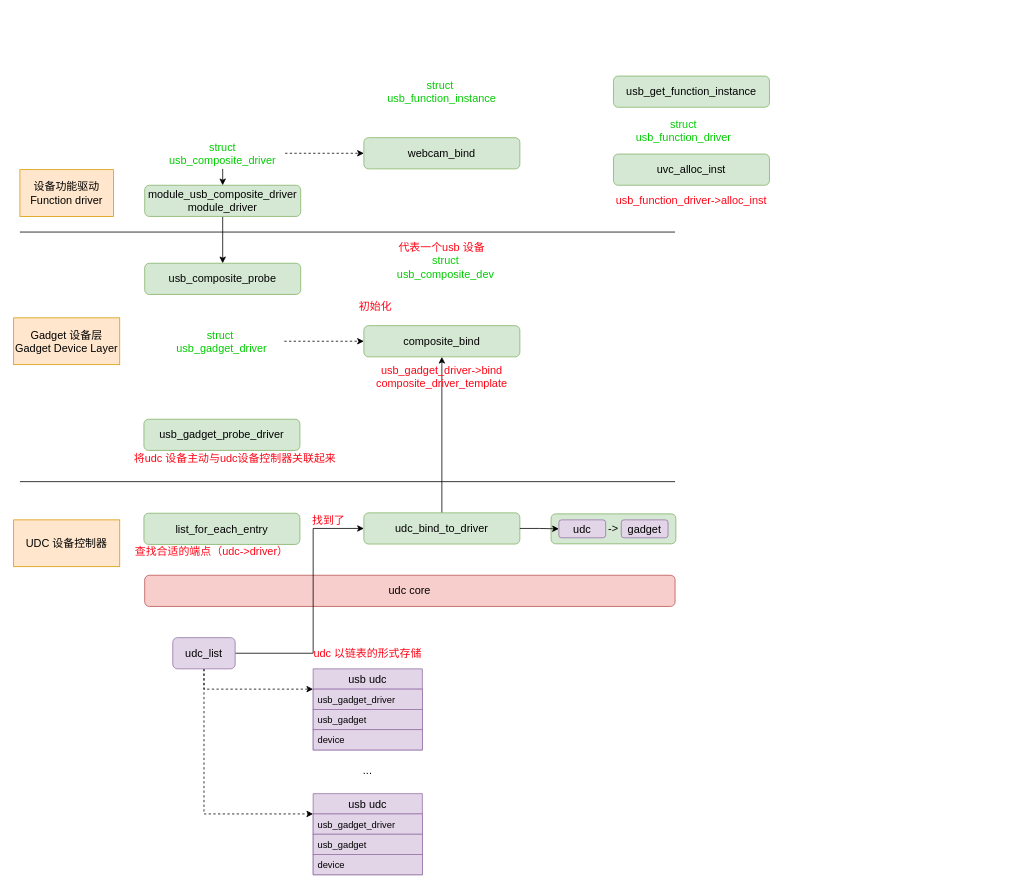
This is USB gadget 驱动框架2.drawio from Vinson-001/Blog-flow-chart, a draw.io file, before an edit. Source tidied: cells renumbered, new cells numbered last; positions are measured from the earlier drawing's top-left corner, leaving out a move shared by most shapes. Both pictures are drawn from the tidied source at 78%, with x=0, y=0 at pixel (13, 76).
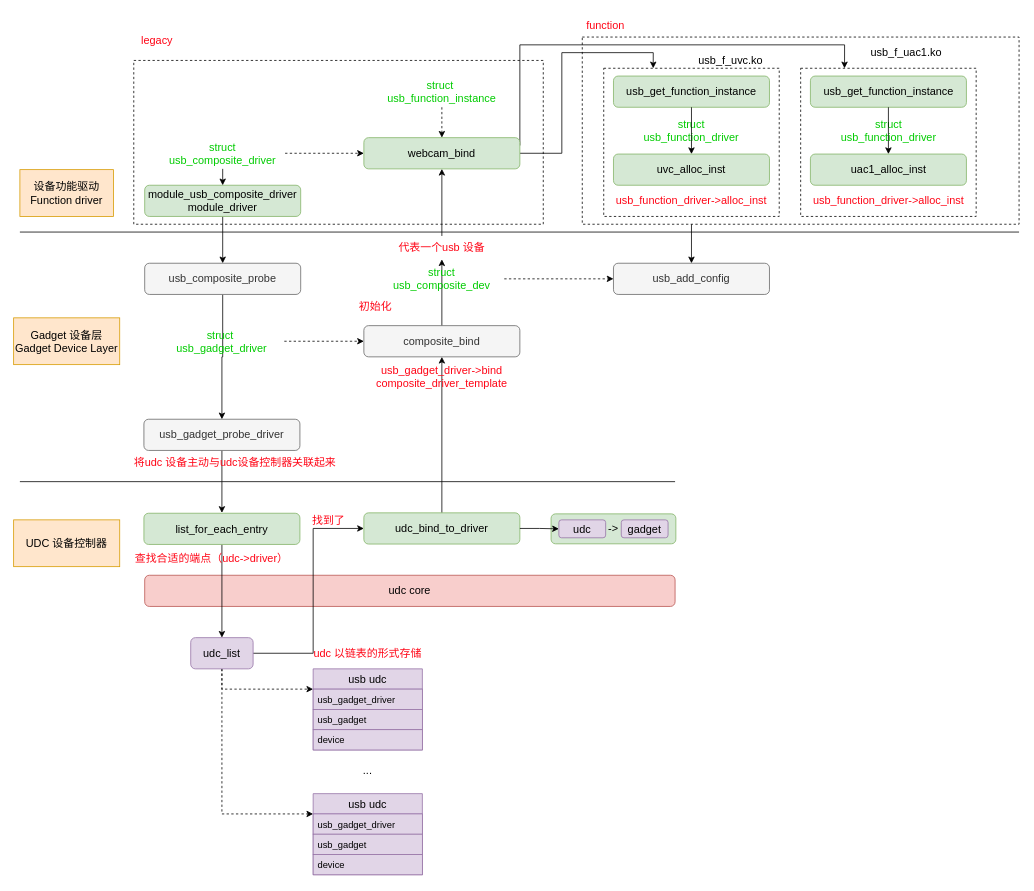
The same page after the edit.

Commit message:
更新USB gadget 驱动框架2.drawio

Unchanged cells that the change refers to:
```xml
<mxCell id="15" value="&lt;font&gt;&lt;span style=&quot;font-size: 14px&quot;&gt;list_for_each_entry&lt;/span&gt;&lt;br&gt;&lt;/font&gt;" style="rounded=1;whiteSpace=wrap;html=1;fillColor=#d5e8d4;strokeColor=#82b366;" parent="1" vertex="1">
  <mxGeometry x="167" y="560.5" width="200" height="40" as="geometry" />
</mxCell>
<mxCell id="42" value="&lt;font color=&quot;#ff0516&quot;&gt;代表一个usb 设备&lt;br&gt;&lt;/font&gt;" style="text;html=1;strokeColor=none;fillColor=none;align=center;verticalAlign=middle;whiteSpace=wrap;rounded=0;fontSize=14;" parent="1" vertex="1">
  <mxGeometry x="484" y="205" width="130" height="30" as="geometry" />
</mxCell>
<mxCell id="48" value="&lt;font&gt;&lt;span style=&quot;font-size: 14px&quot;&gt;webcam_bind&lt;/span&gt;&lt;br&gt;&lt;/font&gt;" style="rounded=1;whiteSpace=wrap;html=1;fillColor=#d5e8d4;strokeColor=#82b366;" parent="1" vertex="1">
  <mxGeometry x="449" y="79" width="200" height="40" as="geometry" />
</mxCell>
```

The edit, as a diff of the source:
```diff
@@
+    <mxCell id="54" style="rounded=0;whiteSpace=wrap;html=1;fontSize=14;fillColor=none;dashed=1;" parent="1" vertex="1">
+      <mxGeometry x="154" y="-20" width="525" height="210" as="geometry" />
+    </mxCell>
+    <mxCell id="55" style="edgeStyle=orthogonalEdgeStyle;rounded=0;jettySize=auto;html=1;exitX=0.25;exitY=1;exitDx=0;exitDy=0;entryX=0.5;entryY=0;entryDx=0;entryDy=0;fontSize=14;" parent="1" edge="1" source="56" target="68">
+      <mxGeometry relative="1" as="geometry" />
+    </mxCell>
+    <mxCell id="56" style="rounded=0;whiteSpace=wrap;html=1;dashed=1;fontSize=14;fillColor=none;" parent="1" vertex="1">
+      <mxGeometry x="729" y="-50" width="560" height="240" as="geometry" />
+    </mxCell>
@@
+    <mxCell id="57" style="edgeStyle=orthogonalEdgeStyle;rounded=0;jettySize=auto;html=1;exitX=0.5;exitY=1;exitDx=0;exitDy=0;fontSize=14;" parent="1" edge="1" source="10" target="13">
+      <mxGeometry relative="1" as="geometry" />
+    </mxCell>
-    <mxCell id="10" value="&lt;font&gt;&lt;span style=&quot;font-size: 14px&quot;&gt;usb_composite_probe&lt;/span&gt;&lt;br&gt;&lt;/font&gt;" style="rounded=1;whiteSpace=wrap;html=1;fillColor=#d5e8d4;strokeColor=#82b366;" parent="1" vertex="1">
+    <mxCell id="10" value="&lt;font&gt;&lt;span style=&quot;font-size: 14px&quot;&gt;usb_composite_probe&lt;/span&gt;&lt;br&gt;&lt;/font&gt;" style="rounded=1;whiteSpace=wrap;html=1;fillColor=#f5f5f5;strokeColor=#666666;fontColor=#333333;" parent="1" vertex="1">
       <mxGeometry x="168" y="240" width="200" height="40" as="geometry" />
     </mxCell>
@@
+    <mxCell id="58" style="edgeStyle=orthogonalEdgeStyle;rounded=0;jettySize=auto;html=1;exitX=0.5;exitY=1;exitDx=0;exitDy=0;fontSize=14;" parent="1" edge="1" source="13">
+      <mxGeometry relative="1" as="geometry">
+        <mxPoint x="267" y="560" as="targetPoint" />
+      </mxGeometry>
+    </mxCell>
-    <mxCell id="13" value="&lt;font&gt;&lt;span style=&quot;font-size: 14px&quot;&gt;usb_gadget_probe_driver&lt;/span&gt;&lt;br&gt;&lt;/font&gt;" style="rounded=1;whiteSpace=wrap;html=1;fillColor=#d5e8d4;strokeColor=#82b366;" parent="1" vertex="1">
+    <mxCell id="13" value="&lt;font&gt;&lt;span style=&quot;font-size: 14px&quot;&gt;usb_gadget_probe_driver&lt;/span&gt;&lt;br&gt;&lt;/font&gt;" style="rounded=1;whiteSpace=wrap;html=1;fillColor=#f5f5f5;strokeColor=#666666;fontColor=#333333;" parent="1" vertex="1">
       <mxGeometry x="167" y="440" width="200" height="40" as="geometry" />
     </mxCell>
     <mxCell id="14" value="&lt;font color=&quot;#ff0516&quot;&gt;将udc 设备主动与udc设备控制器关联起来&lt;/font&gt;" style="text;html=1;strokeColor=none;fillColor=none;align=center;verticalAlign=middle;whiteSpace=wrap;rounded=0;fontSize=14;" parent="1" vertex="1">
-      <mxGeometry x="144" y="480" width="280" height="20" as="geometry" />
+      <mxGeometry x="144" y="485" width="280" height="20" as="geometry" />
     </mxCell>
+    <mxCell id="59" style="edgeStyle=orthogonalEdgeStyle;rounded=0;jettySize=auto;html=1;exitX=0.5;exitY=1;exitDx=0;exitDy=0;fontSize=14;" parent="1" edge="1" source="15" target="19">
+      <mxGeometry relative="1" as="geometry" />
+    </mxCell>
@@
     <mxCell id="19" value="&lt;font&gt;&lt;span style=&quot;font-size: 14px&quot;&gt;udc_list&lt;/span&gt;&lt;br&gt;&lt;/font&gt;" style="rounded=1;whiteSpace=wrap;html=1;fillColor=#e1d5e7;strokeColor=#9673a6;" parent="1" vertex="1">
-      <mxGeometry x="204" y="720" width="80" height="40" as="geometry" />
+      <mxGeometry x="227" y="720" width="80" height="40" as="geometry" />
     </mxCell>
@@
     <mxCell id="22" value="&lt;font color=&quot;#ff0516&quot;&gt;查找合适的端点（udc-&amp;gt;driver）&lt;/font&gt;" style="text;html=1;strokeColor=none;fillColor=none;align=center;verticalAlign=middle;whiteSpace=wrap;rounded=0;fontSize=14;" parent="1" vertex="1">
-      <mxGeometry x="154" y="600" width="200" height="20" as="geometry" />
+      <mxGeometry x="154" y="609" width="200" height="20" as="geometry" />
     </mxCell>
@@
+    <mxCell id="60" style="edgeStyle=orthogonalEdgeStyle;rounded=0;jettySize=auto;html=1;exitX=0.5;exitY=0;exitDx=0;exitDy=0;fontSize=14;" parent="1" edge="1" source="39" target="42">
+      <mxGeometry relative="1" as="geometry" />
+    </mxCell>
-    <mxCell id="39" value="&lt;font&gt;&lt;span style=&quot;font-size: 14px&quot;&gt;composite_bind&lt;/span&gt;&lt;br&gt;&lt;/font&gt;" style="rounded=1;whiteSpace=wrap;html=1;fillColor=#d5e8d4;strokeColor=#82b366;" parent="1" vertex="1">
+    <mxCell id="39" value="&lt;font&gt;&lt;span style=&quot;font-size: 14px&quot;&gt;composite_bind&lt;/span&gt;&lt;br&gt;&lt;/font&gt;" style="rounded=1;whiteSpace=wrap;html=1;fillColor=#f5f5f5;strokeColor=#666666;fontColor=#333333;" parent="1" vertex="1">
       <mxGeometry x="449" y="320" width="200" height="40" as="geometry" />
     </mxCell>
@@
+    <mxCell id="61" style="edgeStyle=orthogonalEdgeStyle;rounded=0;jettySize=auto;html=1;exitX=1;exitY=0.5;exitDx=0;exitDy=0;fontSize=14;dashed=1;" parent="1" edge="1" source="41" target="68">
+      <mxGeometry relative="1" as="geometry" />
+    </mxCell>
     <mxCell id="41" value="&lt;font color=&quot;#00cc00&quot;&gt;struct usb_composite_dev&lt;/font&gt;" style="text;html=1;strokeColor=none;fillColor=none;align=center;verticalAlign=middle;whiteSpace=wrap;rounded=0;fontSize=14;" parent="1" vertex="1">
-      <mxGeometry x="474" y="225" width="160" height="40" as="geometry" />
+      <mxGeometry x="469" y="240" width="160" height="40" as="geometry" />
     </mxCell>
+    <mxCell id="62" style="edgeStyle=orthogonalEdgeStyle;rounded=0;jettySize=auto;html=1;exitX=0.5;exitY=0;exitDx=0;exitDy=0;entryX=0.5;entryY=1;entryDx=0;entryDy=0;fontSize=14;" parent="1" edge="1" source="42" target="48">
+      <mxGeometry relative="1" as="geometry" />
+    </mxCell>
@@
     <mxCell id="44" style="endArrow=none;html=1;fontSize=14;" parent="1" edge="1">
       <mxGeometry relative="1" as="geometry">
         <mxPoint x="8" y="200" as="sourcePoint" />
-        <mxPoint x="848" y="200" as="targetPoint" />
+        <mxPoint x="1289" y="200" as="targetPoint" />
       </mxGeometry>
     </mxCell>
@@
+    <mxCell id="63" style="edgeStyle=orthogonalEdgeStyle;rounded=0;jettySize=auto;html=1;exitX=1;exitY=0.5;exitDx=0;exitDy=0;entryX=0.282;entryY=0;entryDx=0;entryDy=0;entryPerimeter=0;fontSize=14;" parent="1" edge="1" source="48" target="70">
+      <mxGeometry relative="1" as="geometry" />
+    </mxCell>
+    <mxCell id="64" style="edgeStyle=orthogonalEdgeStyle;rounded=0;jettySize=auto;html=1;exitX=1;exitY=0.25;exitDx=0;exitDy=0;entryX=0.25;entryY=0;entryDx=0;entryDy=0;fontSize=14;" parent="1" edge="1" source="48" target="74">
+      <mxGeometry relative="1" as="geometry">
+        <Array as="points">
+          <mxPoint x="649" y="-40" />
+          <mxPoint x="1065" y="-40" />
+        </Array>
+      </mxGeometry>
+    </mxCell>
@@
+    <mxCell id="65" style="edgeStyle=orthogonalEdgeStyle;rounded=0;jettySize=auto;html=1;exitX=0.5;exitY=1;exitDx=0;exitDy=0;entryX=0.5;entryY=0;entryDx=0;entryDy=0;fontSize=14;dashed=1;" parent="1" edge="1" source="50" target="48">
+      <mxGeometry relative="1" as="geometry" />
+    </mxCell>
+    <mxCell id="50" value="&lt;font color=&quot;#00cc00&quot;&gt;struct&amp;nbsp;&lt;br&gt;usb_function_instance&lt;/font&gt;" style="text;html=1;strokeColor=none;fillColor=none;align=center;verticalAlign=middle;whiteSpace=wrap;rounded=0;fontSize=14;" parent="1" vertex="1">
+      <mxGeometry x="469" width="160" height="40" as="geometry" />
+    </mxCell>
+    <mxCell id="66" value="&lt;font color=&quot;#ff0516&quot;&gt;legacy&lt;br&gt;&lt;/font&gt;" style="text;html=1;strokeColor=none;fillColor=none;align=center;verticalAlign=middle;whiteSpace=wrap;rounded=0;fontSize=14;" parent="1" vertex="1">
+      <mxGeometry x="154" y="-60" width="60" height="30" as="geometry" />
+    </mxCell>
+    <mxCell id="67" value="&lt;font color=&quot;#ff0516&quot;&gt;function&lt;br&gt;&lt;/font&gt;" style="text;html=1;strokeColor=none;fillColor=none;align=center;verticalAlign=middle;whiteSpace=wrap;rounded=0;fontSize=14;" parent="1" vertex="1">
+      <mxGeometry x="729" y="-80" width="60" height="30" as="geometry" />
+    </mxCell>
+    <mxCell id="68" value="&lt;font&gt;&lt;span style=&quot;font-size: 14px&quot;&gt;usb_add_config&lt;/span&gt;&lt;br&gt;&lt;/font&gt;" style="rounded=1;whiteSpace=wrap;html=1;fillColor=#f5f5f5;strokeColor=#666666;fontColor=#333333;" parent="1" vertex="1">
+      <mxGeometry x="769" y="240" width="200" height="40" as="geometry" />
+    </mxCell>
+    <mxCell id="69" style="group;" parent="1" vertex="1">
+      <mxGeometry x="756.5" y="-10" width="225" height="190" as="geometry" />
+    </mxCell>
+    <mxCell id="70" style="rounded=0;whiteSpace=wrap;html=1;dashed=1;fontSize=14;fillColor=none;" parent="69" vertex="1">
+      <mxGeometry width="225" height="190" as="geometry" />
+    </mxCell>
+    <mxCell id="71" style="group;" parent="69" vertex="1">
+      <mxGeometry x="12.5" y="10" width="200" height="175" as="geometry" />
+    </mxCell>
+    <mxCell id="51" value="&lt;font color=&quot;#00cc00&quot;&gt;struct usb_function_driver&lt;/font&gt;" style="text;html=1;strokeColor=none;fillColor=none;align=center;verticalAlign=middle;whiteSpace=wrap;rounded=0;fontSize=14;" parent="71" vertex="1">
+      <mxGeometry x="20" y="50" width="160" height="40" as="geometry" />
+    </mxCell>
+    <mxCell id="53" value="&lt;font color=&quot;#ff0516&quot;&gt;usb_function_driver-&amp;gt;alloc_inst&lt;br&gt;&lt;/font&gt;" style="text;html=1;strokeColor=none;fillColor=none;align=center;verticalAlign=middle;whiteSpace=wrap;rounded=0;fontSize=14;" parent="71" vertex="1">
+      <mxGeometry y="145" width="200" height="30" as="geometry" />
+    </mxCell>
-    <mxCell id="49" value="&lt;font&gt;&lt;span style=&quot;font-size: 14px&quot;&gt;usb_get_function_instance&lt;/span&gt;&lt;br&gt;&lt;/font&gt;" style="rounded=1;whiteSpace=wrap;html=1;fillColor=#d5e8d4;strokeColor=#82b366;" parent="1" vertex="1">
-      <mxGeometry x="769" width="200" height="40" as="geometry" />
+    <mxCell id="49" value="&lt;font&gt;&lt;span style=&quot;font-size: 14px&quot;&gt;usb_get_function_instance&lt;/span&gt;&lt;br&gt;&lt;/font&gt;" style="rounded=1;whiteSpace=wrap;html=1;fillColor=#d5e8d4;strokeColor=#82b366;" parent="71" vertex="1">
+      <mxGeometry width="200" height="40" as="geometry" />
     </mxCell>
-    <mxCell id="50" value="&lt;font color=&quot;#00cc00&quot;&gt;struct&amp;nbsp;&lt;br&gt;usb_function_instance&lt;/font&gt;" style="text;html=1;strokeColor=none;fillColor=none;align=center;verticalAlign=middle;whiteSpace=wrap;rounded=0;fontSize=14;" parent="1" vertex="1">
-      <mxGeometry x="469" width="160" height="40" as="geometry" />
-    </mxCell>
-    <mxCell id="51" value="&lt;font color=&quot;#00cc00&quot;&gt;struct usb_function_driver&lt;/font&gt;" style="text;html=1;strokeColor=none;fillColor=none;align=center;verticalAlign=middle;whiteSpace=wrap;rounded=0;fontSize=14;" parent="1" vertex="1">
-      <mxGeometry x="779" y="50" width="160" height="40" as="geometry" />
-    </mxCell>
-    <mxCell id="52" value="&lt;font&gt;&lt;span style=&quot;font-size: 14px&quot;&gt;uvc_alloc_inst&lt;/span&gt;&lt;br&gt;&lt;/font&gt;" style="rounded=1;whiteSpace=wrap;html=1;fillColor=#d5e8d4;strokeColor=#82b366;" parent="1" vertex="1">
-      <mxGeometry x="769" y="100" width="200" height="40" as="geometry" />
+    <mxCell id="52" value="&lt;font&gt;&lt;span style=&quot;font-size: 14px&quot;&gt;uvc_alloc_inst&lt;/span&gt;&lt;br&gt;&lt;/font&gt;" style="rounded=1;whiteSpace=wrap;html=1;fillColor=#d5e8d4;strokeColor=#82b366;" parent="71" vertex="1">
+      <mxGeometry y="100" width="200" height="40" as="geometry" />
     </mxCell>
-    <mxCell id="53" value="&lt;font color=&quot;#ff0516&quot;&gt;usb_function_driver-&amp;gt;alloc_inst&lt;br&gt;&lt;/font&gt;" style="text;html=1;strokeColor=none;fillColor=none;align=center;verticalAlign=middle;whiteSpace=wrap;rounded=0;fontSize=14;" parent="1" vertex="1">
-      <mxGeometry x="769" y="145" width="200" height="30" as="geometry" />
-    </mxCell>
+    <mxCell id="72" style="edgeStyle=orthogonalEdgeStyle;rounded=0;jettySize=auto;html=1;exitX=0.5;exitY=1;exitDx=0;exitDy=0;fontSize=14;" parent="71" edge="1" source="49" target="52">
+      <mxGeometry as="geometry" />
+    </mxCell>
+    <mxCell id="73" style="group;" parent="1" vertex="1">
+      <mxGeometry x="1009" y="-10" width="225" height="190" as="geometry" />
+    </mxCell>
+    <mxCell id="74" style="rounded=0;whiteSpace=wrap;html=1;dashed=1;fontSize=14;fillColor=none;" parent="73" vertex="1">
+      <mxGeometry width="225" height="190" as="geometry" />
+    </mxCell>
+    <mxCell id="75" style="group;" parent="73" vertex="1">
+      <mxGeometry x="12.5" y="10" width="200" height="175" as="geometry" />
+    </mxCell>
+    <mxCell id="76" value="&lt;font color=&quot;#00cc00&quot;&gt;struct usb_function_driver&lt;/font&gt;" style="text;html=1;strokeColor=none;fillColor=none;align=center;verticalAlign=middle;whiteSpace=wrap;rounded=0;fontSize=14;" parent="75" vertex="1">
+      <mxGeometry x="20" y="50" width="160" height="40" as="geometry" />
+    </mxCell>
+    <mxCell id="77" value="&lt;font color=&quot;#ff0516&quot;&gt;usb_function_driver-&amp;gt;alloc_inst&lt;br&gt;&lt;/font&gt;" style="text;html=1;strokeColor=none;fillColor=none;align=center;verticalAlign=middle;whiteSpace=wrap;rounded=0;fontSize=14;" parent="75" vertex="1">
+      <mxGeometry y="145" width="200" height="30" as="geometry" />
+    </mxCell>
+    <mxCell id="78" value="&lt;font&gt;&lt;span style=&quot;font-size: 14px&quot;&gt;usb_get_function_instance&lt;/span&gt;&lt;br&gt;&lt;/font&gt;" style="rounded=1;whiteSpace=wrap;html=1;fillColor=#d5e8d4;strokeColor=#82b366;" parent="75" vertex="1">
+      <mxGeometry width="200" height="40" as="geometry" />
+    </mxCell>
+    <mxCell id="79" value="&lt;font&gt;&lt;span style=&quot;font-size: 14px&quot;&gt;uac1_alloc_inst&lt;/span&gt;&lt;br&gt;&lt;/font&gt;" style="rounded=1;whiteSpace=wrap;html=1;fillColor=#d5e8d4;strokeColor=#82b366;" parent="75" vertex="1">
+      <mxGeometry y="100" width="200" height="40" as="geometry" />
+    </mxCell>
+    <mxCell id="80" style="edgeStyle=orthogonalEdgeStyle;rounded=0;jettySize=auto;html=1;exitX=0.5;exitY=1;exitDx=0;exitDy=0;fontSize=14;" parent="75" edge="1" source="78" target="79">
+      <mxGeometry as="geometry" />
+    </mxCell>
+    <mxCell id="81" value="usb_f_uac1.ko" style="text;html=1;align=center;verticalAlign=middle;strokeColor=none;fontSize=14;" parent="1" vertex="1">
+      <mxGeometry x="1089" y="-40" width="110" height="20" as="geometry" />
+    </mxCell>
+    <mxCell id="82" value="usb_f_uvc.ko" style="text;html=1;align=center;verticalAlign=middle;strokeColor=none;fontSize=14;" parent="1" vertex="1">
+      <mxGeometry x="869" y="-30" width="100" height="20" as="geometry" />
+    </mxCell>
```
